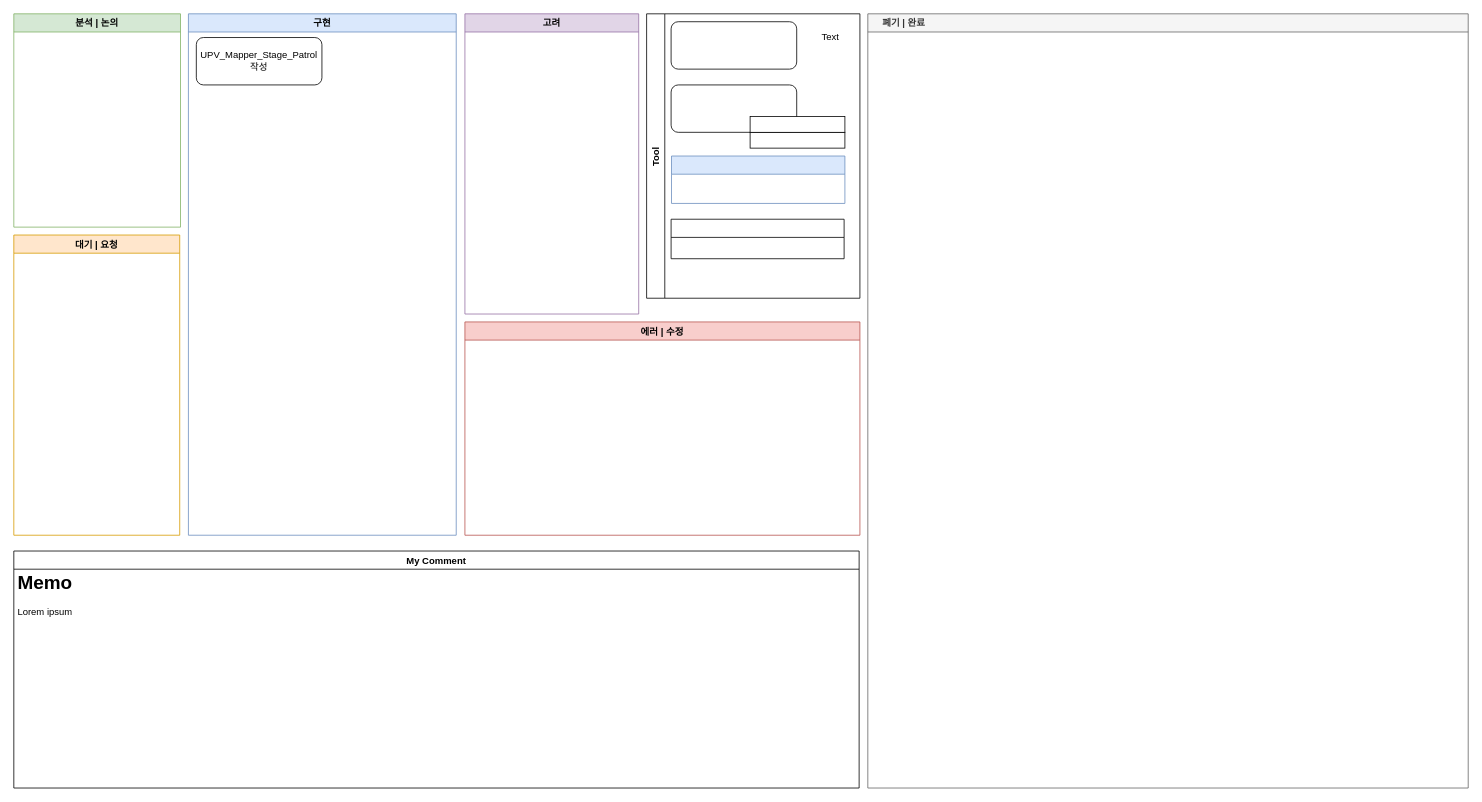
The draw.io diagram 반복 스테이지 진행상황.drawio in Endorr/Job-Board, before the edit. Source tidied: cells renumbered, new cells numbered last; positions are measured from the earlier drawing's top-left corner, leaving out a move shared by most shapes. Both pictures are drawn from the tidied source at 79%, with x=0, y=0 at pixel (13, 13).
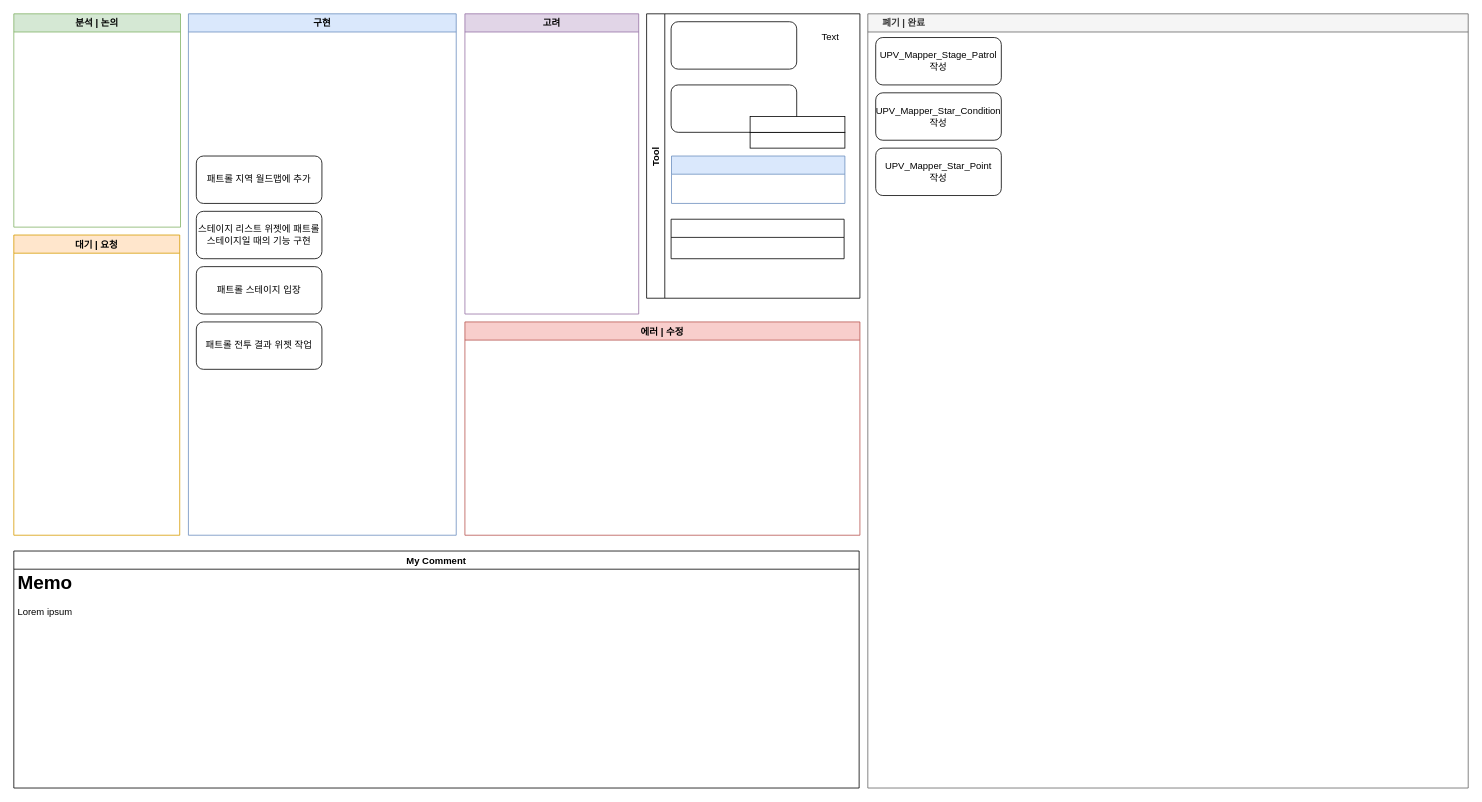
The same diagram, later.

Commit message:
Update 반복 스테이지 진행상황.drawio

The change refers to these unchanged cells:
```xml
<mxCell id="2" value="구현" style="swimlane;fillColor=#dae8fc;strokeColor=#6c8ebf;" parent="1" vertex="1">
  <mxGeometry x="221" width="339" height="660" as="geometry" />
</mxCell>
<mxCell id="8" value="     폐기 | 완료" style="swimlane;strokeColor=#666666;fillColor=#f5f5f5;fontColor=#333333;align=left;" parent="1" vertex="1">
  <mxGeometry x="1081" width="760" height="980" as="geometry" />
</mxCell>
```

The edit, as a diff of the source:
```diff
@@
-    <mxCell id="3" value="UPV_Mapper_Stage_Patrol 작성" style="rounded=1;whiteSpace=wrap;html=1;" parent="2" vertex="1">
-      <mxGeometry x="10" y="30" width="159" height="60" as="geometry" />
-    </mxCell>
+    <mxCell id="20" value="패트롤 지역 월드맵에 추가" style="rounded=1;whiteSpace=wrap;html=1;" parent="2" vertex="1">
+      <mxGeometry x="10" y="180" width="159" height="60" as="geometry" />
+    </mxCell>
+    <mxCell id="21" value="패트롤 스테이지 입장" style="rounded=1;whiteSpace=wrap;html=1;" parent="2" vertex="1">
+      <mxGeometry x="10" y="320" width="159" height="60" as="geometry" />
+    </mxCell>
+    <mxCell id="22" value="스테이지 리스트 위젯에 패트롤 스테이지일 때의 기능 구현" style="rounded=1;whiteSpace=wrap;html=1;" parent="2" vertex="1">
+      <mxGeometry x="10" y="250" width="159" height="60" as="geometry" />
+    </mxCell>
+    <mxCell id="23" value="패트롤 전투 결과 위젯 작업" style="rounded=1;whiteSpace=wrap;html=1;" parent="2" vertex="1">
+      <mxGeometry x="10" y="390" width="159" height="60" as="geometry" />
+    </mxCell>
@@
+    <mxCell id="3" value="UPV_Mapper_Stage_Patrol 작성" style="rounded=1;whiteSpace=wrap;html=1;" parent="8" vertex="1">
+      <mxGeometry x="10" y="30" width="159" height="60" as="geometry" />
+    </mxCell>
+    <mxCell id="24" value="UPV_Mapper_Star_Condition 작성" style="rounded=1;whiteSpace=wrap;html=1;" parent="8" vertex="1">
+      <mxGeometry x="10" y="100" width="159" height="60" as="geometry" />
+    </mxCell>
+    <mxCell id="25" value="UPV_Mapper_Star_Point&lt;br&gt;작성" style="rounded=1;whiteSpace=wrap;html=1;" parent="8" vertex="1">
+      <mxGeometry x="10" y="170" width="159" height="60" as="geometry" />
+    </mxCell>
```
